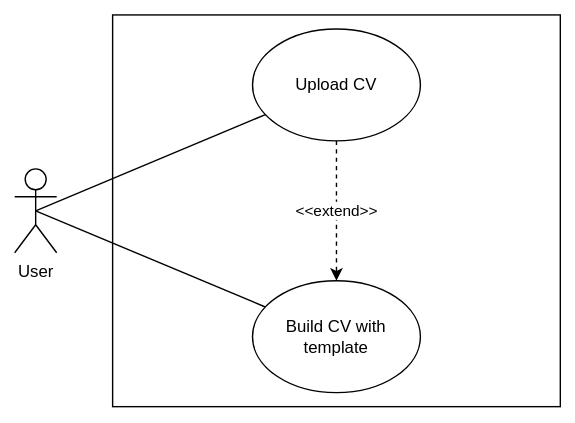
Above: client/diagram/UseCaseDiagram.svg in khangnguyen0810/AI-Resume-Builder (draw.io), before the change. Source tidied: cells renumbered, new cells last; positions are measured from the earlier drawing's top-left corner, leaving out a move shared by most shapes. Its diagram source:
```xml
<mxGraphModel>
  <root>
    <mxCell id="0" />
    <mxCell id="1" parent="0" />
    <mxCell id="2" value="User" style="shape=umlActor;verticalLabelPosition=bottom;verticalAlign=top;html=1;" parent="1" vertex="1">
      <mxGeometry y="110" width="30" height="60" as="geometry" />
    </mxCell>
    <mxCell id="3" style="rounded=0;whiteSpace=wrap;html=1;" parent="1" vertex="1">
      <mxGeometry x="70" width="320" height="280" as="geometry" />
    </mxCell>
    <mxCell id="4" value="Upload CV" style="ellipse;whiteSpace=wrap;html=1;" parent="1" vertex="1">
      <mxGeometry x="170" y="10" width="120" height="80" as="geometry" />
    </mxCell>
    <mxCell id="5" value="Build CV with template" style="ellipse;whiteSpace=wrap;html=1;" parent="1" vertex="1">
      <mxGeometry x="170" y="190" width="120" height="80" as="geometry" />
    </mxCell>
    <mxCell id="6" value="&amp;lt;&amp;lt;extend&amp;gt;&amp;gt;" style="endArrow=classic;html=1;rounded=0;dashed=1;" parent="1" edge="1" source="4" target="5">
      <mxGeometry relative="1" as="geometry" />
    </mxCell>
    <mxCell id="7" style="endArrow=none;html=1;rounded=0;exitX=0.5;exitY=0.5;exitDx=0;exitDy=0;exitPerimeter=0;" parent="1" edge="1" source="2" target="4">
      <mxGeometry relative="1" as="geometry" />
    </mxCell>
    <mxCell id="8" style="endArrow=none;html=1;rounded=0;exitX=0.5;exitY=0.5;exitDx=0;exitDy=0;exitPerimeter=0;" parent="1" edge="1" source="2" target="5">
      <mxGeometry relative="1" as="geometry" />
    </mxCell>
  </root>
</mxGraphModel>
```
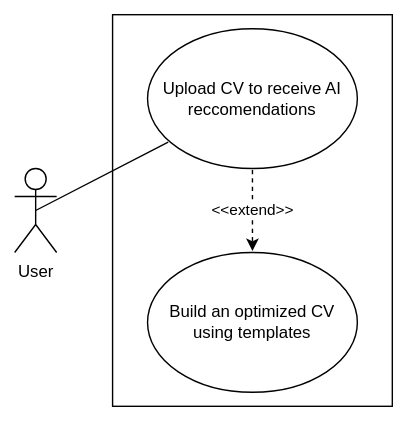
Later version of the same file.

Change to the diagram source:
```diff
@@ -2,26 +2,23 @@
   <root>
     <mxCell id="0" />
     <mxCell id="1" parent="0" />
+    <mxCell id="9" style="rounded=0;whiteSpace=wrap;html=1;" parent="1" vertex="1">
+      <mxGeometry x="70" width="200" height="280" as="geometry" />
+    </mxCell>
-    <mxCell id="2" value="User" style="shape=umlActor;verticalLabelPosition=bottom;verticalAlign=top;html=1;" parent="1" vertex="1">
+    <mxCell id="2" value="User" style="shape=umlActor;verticalLabelPosition=bottom;verticalAlign=top;html=1;outlineConnect=0;" parent="1" vertex="1">
       <mxGeometry y="110" width="30" height="60" as="geometry" />
     </mxCell>
-    <mxCell id="3" style="rounded=0;whiteSpace=wrap;html=1;" parent="1" vertex="1">
-      <mxGeometry x="70" width="320" height="280" as="geometry" />
-    </mxCell>
-    <mxCell id="4" value="Upload CV" style="ellipse;whiteSpace=wrap;html=1;" parent="1" vertex="1">
-      <mxGeometry x="170" y="10" width="120" height="80" as="geometry" />
-    </mxCell>
-    <mxCell id="5" value="Build CV with template" style="ellipse;whiteSpace=wrap;html=1;" parent="1" vertex="1">
-      <mxGeometry x="170" y="190" width="120" height="80" as="geometry" />
-    </mxCell>
+    <mxCell id="10" value="Upload CV to receive AI reccomendations" style="ellipse;whiteSpace=wrap;html=1;perimeterSpacing=1;gradientColor=none;" parent="1" vertex="1">
+      <mxGeometry x="95" y="10" width="150" height="100" as="geometry" />
+    </mxCell>
-    <mxCell id="6" value="&amp;lt;&amp;lt;extend&amp;gt;&amp;gt;" style="endArrow=classic;html=1;rounded=0;dashed=1;" parent="1" edge="1" source="4" target="5">
+    <mxCell id="6" value="&amp;lt;&amp;lt;extend&amp;gt;&amp;gt;" style="endArrow=classic;html=1;rounded=0;dashed=1;" parent="1" edge="1" source="10" target="12">
       <mxGeometry relative="1" as="geometry" />
     </mxCell>
-    <mxCell id="7" style="endArrow=none;html=1;rounded=0;exitX=0.5;exitY=0.5;exitDx=0;exitDy=0;exitPerimeter=0;" parent="1" edge="1" source="2" target="4">
-      <mxGeometry relative="1" as="geometry" />
-    </mxCell>
-    <mxCell id="8" style="endArrow=none;html=1;rounded=0;exitX=0.5;exitY=0.5;exitDx=0;exitDy=0;exitPerimeter=0;" parent="1" edge="1" source="2" target="5">
-      <mxGeometry relative="1" as="geometry" />
-    </mxCell>
+    <mxCell id="11" style="endArrow=none;html=1;rounded=0;exitX=0.5;exitY=0.5;exitDx=0;exitDy=0;exitPerimeter=0;" parent="1" edge="1" source="2" target="10">
+      <mxGeometry relative="1" as="geometry" />
+    </mxCell>
+    <mxCell id="12" value="Build an optimized CV using templates" style="ellipse;whiteSpace=wrap;html=1;perimeterSpacing=1;gradientColor=none;" parent="1" vertex="1">
+      <mxGeometry x="95" y="170" width="150" height="100" as="geometry" />
+    </mxCell>
   </root>
 </mxGraphModel>
```
